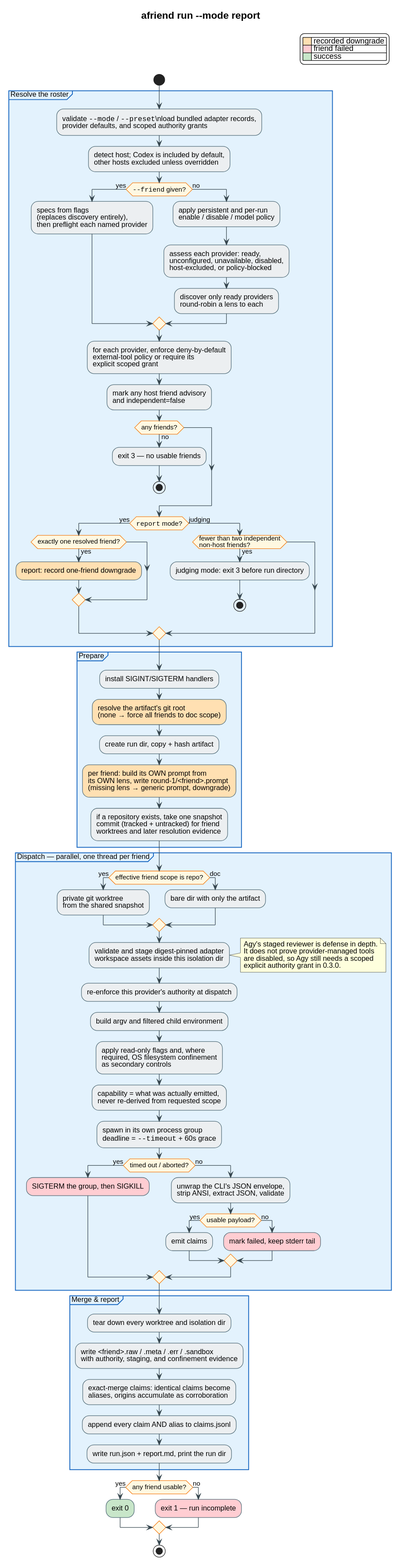
Before: docs/architecture/run-flow.svg, a diagram exported from PlantUML (livingstaccato/adversarial-friends).
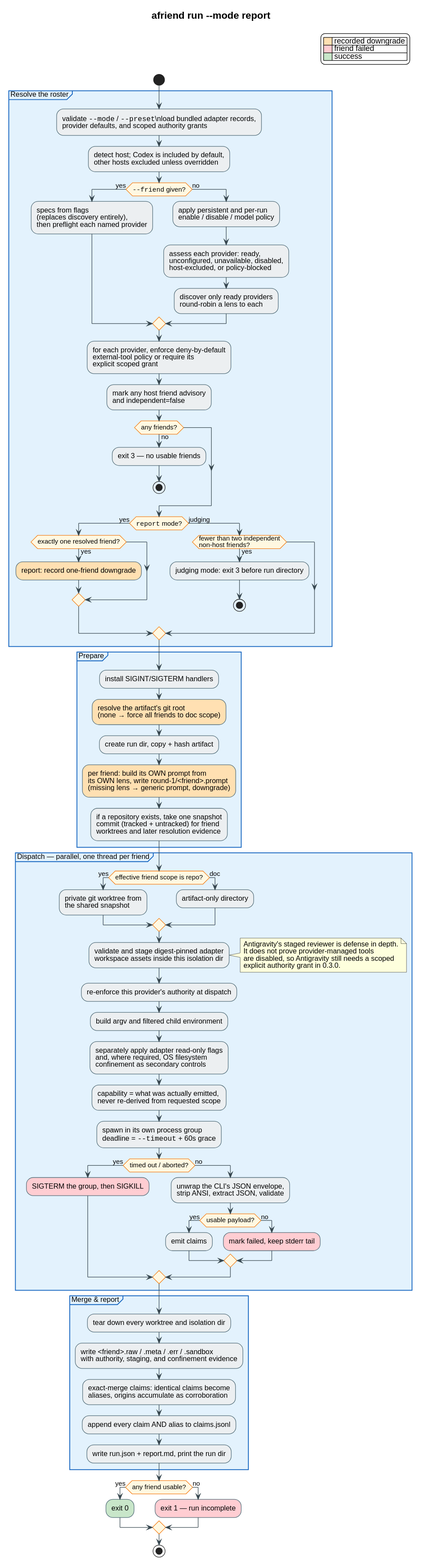
The same diagram one commit later.

Commit message:
fix: preserve resumed authority across adapter drift

The edit, as a diff of the source:
```diff
@@ -65,20 +65,20 @@
 
 partition "Dispatch — parallel, one thread per friend" {
   if (effective friend scope is repo?) then (yes)
-    :private git worktree\nfrom the shared snapshot;
+    :private git worktree from\nthe shared snapshot;
   else (doc)
-    :bare dir with only the artifact;
+    :artifact-only directory;
   endif
   :validate and stage digest-pinned adapter\nworkspace assets inside this isolation dir;
   note right
-    Agy's staged reviewer is defense in depth.
+    Antigravity's staged reviewer is defense in depth.
     It does not prove provider-managed tools
-    are disabled, so Agy still needs a scoped
+    are disabled, so Antigravity still needs a scoped
     explicit authority grant in 0.3.0.
   end note
   :re-enforce this provider's authority at dispatch;
   :build argv and filtered child environment;
-  :apply read-only flags and, where\nrequired, OS filesystem confinement\nas secondary controls;
+  :separately apply adapter read-only flags\nand, where required, OS filesystem\nconfinement as secondary controls;
   :capability = what was actually emitted,\nnever re-derived from requested scope;
   :spawn in its own process group\ndeadline = ""--timeout"" + 60s grace;
   if (timed out / aborted?) then (yes)
```
